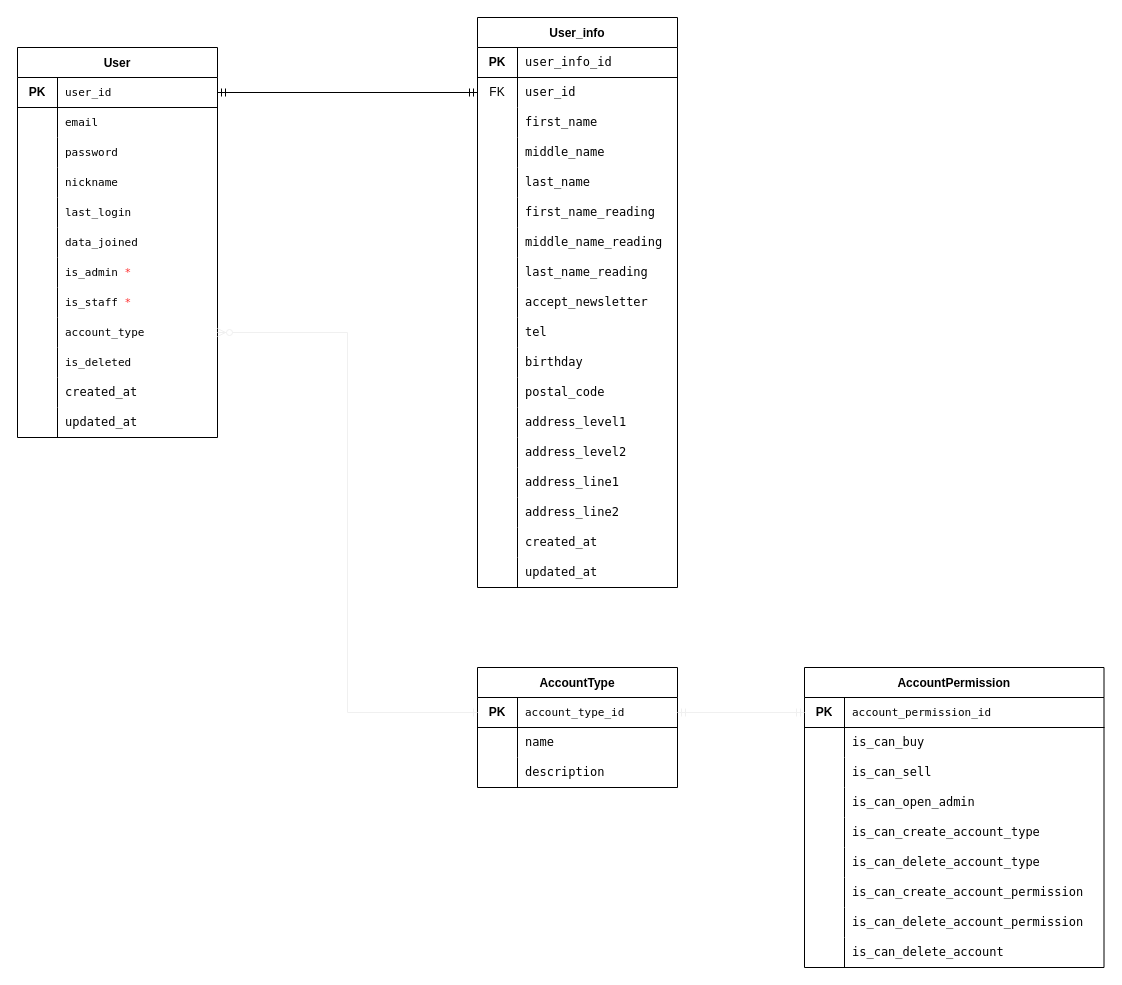
This is Doc/api/Doc/account/account.drawio from WebAppClub/ClubProject, a draw.io file, before an edit. Source tidied: cells renumbered, new cells numbered last; positions are measured from the earlier drawing's top-left corner, leaving out a move shared by most shapes. Both pictures are drawn from the tidied source at 100%, with x=0, y=0 at pixel (17, 17).
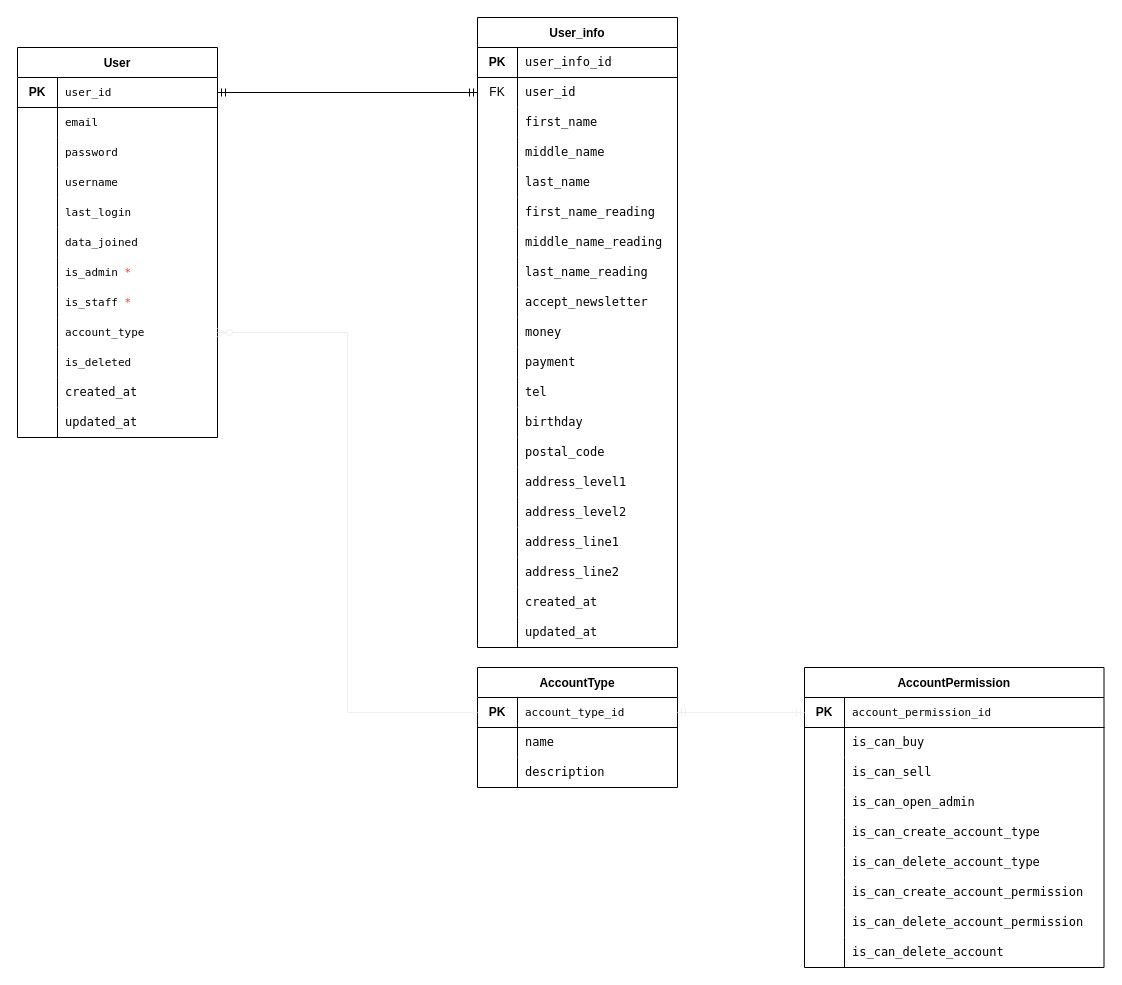
The same page after the edit.

Commit message (it also covers changes not shown here):
write account models README.md

The change refers to these unchanged cells:
```xml
<mxCell id="12" style="shape=partialRectangle;html=1;whiteSpace=wrap;fillColor=none;top=0;left=0;bottom=0;right=0;" parent="2" vertex="1">
  <mxGeometry y="120" width="200" height="30" as="geometry" />
</mxCell>
```

Diff of the diagram source:
```diff
@@
-    <mxCell id="14" value="&lt;font face=&quot;menlo, monaco, courier new, monospace&quot;&gt;&lt;span style=&quot;font-size: 11px&quot;&gt;nickname&lt;/span&gt;&lt;/font&gt;" style="shape=partialRectangle;html=1;whiteSpace=wrap;fillColor=none;top=0;left=0;bottom=0;right=0;align=left;spacingLeft=6;overflow=hidden;strokeColor=none;" parent="12" vertex="1">
+    <mxCell id="14" value="&lt;font face=&quot;menlo, monaco, courier new, monospace&quot;&gt;&lt;span style=&quot;font-size: 11px&quot;&gt;username&lt;/span&gt;&lt;/font&gt;" style="shape=partialRectangle;html=1;whiteSpace=wrap;fillColor=none;top=0;left=0;bottom=0;right=0;align=left;spacingLeft=6;overflow=hidden;strokeColor=none;" parent="12" vertex="1">
       <mxGeometry x="40" width="160" height="30" as="geometry" />
     </mxCell>
@@
     <mxCell id="39" value="User_info" style="shape=table;startSize=30;childLayout=tableLayout;rowLines=0;fontStyle=1;align=center;" parent="1" vertex="1">
-      <mxGeometry x="460" width="200" height="570" as="geometry" />
+      <mxGeometry x="460" width="200" height="630" as="geometry" />
     </mxCell>
@@
+    <mxCell id="135" style="shape=partialRectangle;html=1;whiteSpace=wrap;fillColor=none;top=0;left=0;bottom=0;right=0;" parent="39" vertex="1">
+      <mxGeometry y="300" width="200" height="30" as="geometry" />
+    </mxCell>
+    <mxCell id="136" style="shape=partialRectangle;html=1;whiteSpace=wrap;fillColor=none;top=0;left=0;bottom=0;right=0;overflow=hidden;" parent="135" vertex="1">
+      <mxGeometry width="40" height="30" as="geometry" />
+    </mxCell>
+    <mxCell id="137" value="money" style="shape=partialRectangle;html=1;whiteSpace=wrap;fillColor=none;top=0;left=0;bottom=0;right=0;align=left;spacingLeft=6;overflow=hidden;fontFamily=menlo, monaco, &quot;courier new&quot;, monospace;" parent="135" vertex="1">
+      <mxGeometry x="40" width="160" height="30" as="geometry" />
+    </mxCell>
+    <mxCell id="138" style="shape=partialRectangle;html=1;whiteSpace=wrap;fillColor=none;top=0;left=0;bottom=0;right=0;" parent="39" vertex="1">
+      <mxGeometry y="330" width="200" height="30" as="geometry" />
+    </mxCell>
+    <mxCell id="139" style="shape=partialRectangle;html=1;whiteSpace=wrap;fillColor=none;top=0;left=0;bottom=0;right=0;overflow=hidden;" parent="138" vertex="1">
+      <mxGeometry width="40" height="30" as="geometry" />
+    </mxCell>
+    <mxCell id="140" value="payment" style="shape=partialRectangle;html=1;whiteSpace=wrap;fillColor=none;top=0;left=0;bottom=0;right=0;align=left;spacingLeft=6;overflow=hidden;fontFamily=menlo, monaco, &quot;courier new&quot;, monospace;" parent="138" vertex="1">
+      <mxGeometry x="40" width="160" height="30" as="geometry" />
+    </mxCell>
     <mxCell id="67" style="shape=partialRectangle;html=1;whiteSpace=wrap;fillColor=none;top=0;left=0;bottom=0;right=0;" parent="39" vertex="1">
-      <mxGeometry y="300" width="200" height="30" as="geometry" />
+      <mxGeometry y="360" width="200" height="30" as="geometry" />
     </mxCell>
@@
     <mxCell id="70" style="shape=partialRectangle;html=1;whiteSpace=wrap;fillColor=none;top=0;left=0;bottom=0;right=0;" parent="39" vertex="1">
-      <mxGeometry y="330" width="200" height="30" as="geometry" />
+      <mxGeometry y="390" width="200" height="30" as="geometry" />
     </mxCell>
@@
     <mxCell id="73" style="shape=partialRectangle;html=1;whiteSpace=wrap;fillColor=none;top=0;left=0;bottom=0;right=0;" parent="39" vertex="1">
-      <mxGeometry y="360" width="200" height="30" as="geometry" />
+      <mxGeometry y="420" width="200" height="30" as="geometry" />
     </mxCell>
@@
     <mxCell id="76" style="shape=partialRectangle;html=1;whiteSpace=wrap;fillColor=none;top=0;left=0;bottom=0;right=0;" parent="39" vertex="1">
-      <mxGeometry y="390" width="200" height="30" as="geometry" />
+      <mxGeometry y="450" width="200" height="30" as="geometry" />
     </mxCell>
@@
     <mxCell id="79" style="shape=partialRectangle;html=1;whiteSpace=wrap;fillColor=none;top=0;left=0;bottom=0;right=0;" parent="39" vertex="1">
-      <mxGeometry y="420" width="200" height="30" as="geometry" />
+      <mxGeometry y="480" width="200" height="30" as="geometry" />
     </mxCell>
@@
     <mxCell id="82" style="shape=partialRectangle;html=1;whiteSpace=wrap;fillColor=none;top=0;left=0;bottom=0;right=0;" parent="39" vertex="1">
-      <mxGeometry y="450" width="200" height="30" as="geometry" />
+      <mxGeometry y="510" width="200" height="30" as="geometry" />
     </mxCell>
@@
     <mxCell id="85" style="shape=partialRectangle;html=1;whiteSpace=wrap;fillColor=none;top=0;left=0;bottom=0;right=0;" parent="39" vertex="1">
-      <mxGeometry y="480" width="200" height="30" as="geometry" />
+      <mxGeometry y="540" width="200" height="30" as="geometry" />
     </mxCell>
@@
     <mxCell id="88" style="shape=partialRectangle;html=1;whiteSpace=wrap;fillColor=none;top=0;left=0;bottom=0;right=0;" parent="39" vertex="1">
-      <mxGeometry y="510" width="200" height="30" as="geometry" />
+      <mxGeometry y="570" width="200" height="30" as="geometry" />
     </mxCell>
@@
     <mxCell id="91" style="shape=partialRectangle;html=1;whiteSpace=wrap;fillColor=none;top=0;left=0;bottom=0;right=0;" parent="39" vertex="1">
-      <mxGeometry y="540" width="200" height="30" as="geometry" />
+      <mxGeometry y="600" width="200" height="30" as="geometry" />
     </mxCell>
```
